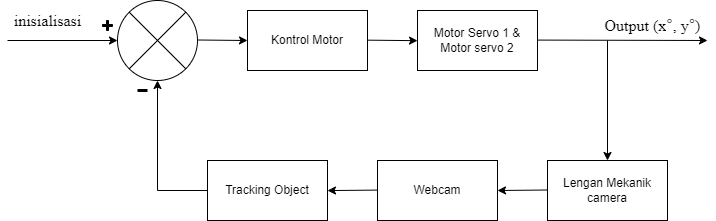
Above: Desain Kontrol servo skripsi.png in Xsanjaya/draw.io (draw.io), before the change. Source tidied: cells renumbered, new cells last; positions are measured from the earlier drawing's top-left corner, leaving out a move shared by most shapes.
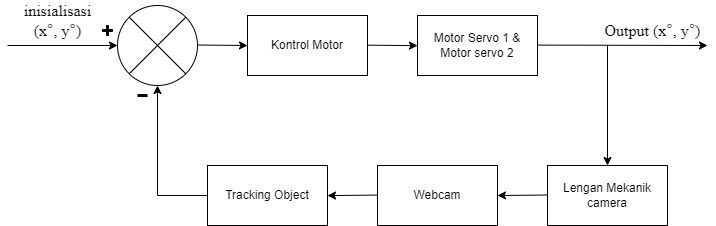
The same diagram one commit later.

Diff of the diagram source:
```diff
@@ -84,8 +84,8 @@
     <mxCell id="19" value="&lt;font size=&quot;3&quot; face=&quot;Times New Roman&quot;&gt;Output (x&lt;/font&gt;&lt;span style=&quot;color: rgb(84, 84, 84); font-family: Helvetica, &amp;quot;Nimbus Sans L&amp;quot;, Arial, &amp;quot;Liberation Sans&amp;quot;, sans-serif; font-size: 16px; text-align: start; background-color: rgb(255, 255, 255);&quot;&gt;°&lt;/span&gt;&lt;font size=&quot;3&quot; face=&quot;Times New Roman&quot;&gt;, y&lt;/font&gt;&lt;span style=&quot;color: rgb(84, 84, 84); font-family: Helvetica, &amp;quot;Nimbus Sans L&amp;quot;, Arial, &amp;quot;Liberation Sans&amp;quot;, sans-serif; font-size: 16px; text-align: start; background-color: rgb(255, 255, 255);&quot;&gt;°&lt;/span&gt;&lt;font size=&quot;3&quot; face=&quot;Times New Roman&quot;&gt;)&lt;/font&gt;" style="text;html=1;align=center;verticalAlign=middle;fillColor=none;strokeColor=none;rounded=0;fontSize=9;" parent="1" vertex="1">
       <mxGeometry x="590" y="15" width="110" height="20" as="geometry" />
     </mxCell>
-    <mxCell id="20" value="&lt;font size=&quot;3&quot; face=&quot;Times New Roman&quot;&gt;inisialisasi&lt;/font&gt;" style="text;html=1;align=center;verticalAlign=middle;fillColor=none;strokeColor=none;rounded=0;fontSize=9;" parent="1" vertex="1">
-      <mxGeometry y="10" width="80" height="20" as="geometry" />
+    <mxCell id="20" value="&lt;font size=&quot;3&quot; face=&quot;Times New Roman&quot;&gt;inisialisasi&lt;br&gt;&lt;/font&gt;&lt;font size=&quot;3&quot; face=&quot;Times New Roman&quot;&gt;(x&lt;/font&gt;&lt;span style=&quot;color: rgb(84, 84, 84); font-family: Helvetica, &amp;quot;Nimbus Sans L&amp;quot;, Arial, &amp;quot;Liberation Sans&amp;quot;, sans-serif; font-size: 16px; text-align: start; background-color: rgb(255, 255, 255);&quot;&gt;°&lt;/span&gt;&lt;font size=&quot;3&quot; face=&quot;Times New Roman&quot;&gt;, y&lt;/font&gt;&lt;span style=&quot;color: rgb(84, 84, 84); font-family: Helvetica, &amp;quot;Nimbus Sans L&amp;quot;, Arial, &amp;quot;Liberation Sans&amp;quot;, sans-serif; font-size: 16px; text-align: start; background-color: rgb(255, 255, 255);&quot;&gt;°&lt;/span&gt;&lt;font size=&quot;3&quot; face=&quot;Times New Roman&quot;&gt;)&lt;/font&gt;&lt;font size=&quot;3&quot; face=&quot;Times New Roman&quot;&gt;&lt;br&gt;&lt;/font&gt;" style="text;html=1;align=center;verticalAlign=middle;fillColor=none;strokeColor=none;rounded=0;fontSize=9;" parent="1" vertex="1">
+      <mxGeometry x="10" width="80" height="30" as="geometry" />
     </mxCell>
   </root>
 </mxGraphModel>
```
